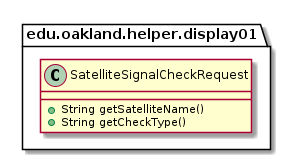
This is docs/uml-class-diagrams/display01/helper/Display01HelperPackage.png from andrewdimmer/csi-3370-software-project, a PlantUML export, as it was before one commit.
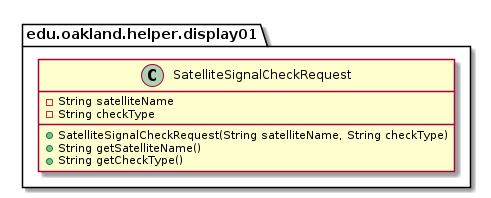
Later version of the same file.

Change to the diagram source:
```diff
@@ -7,6 +7,9 @@
 
 package edu.oakland.helper.display01 {
     class SatelliteSignalCheckRequest {
+        - String satelliteName
+        - String checkType
+        + SatelliteSignalCheckRequest(String satelliteName, String checkType)
         + String getSatelliteName()
         + String getCheckType()
     }
```
